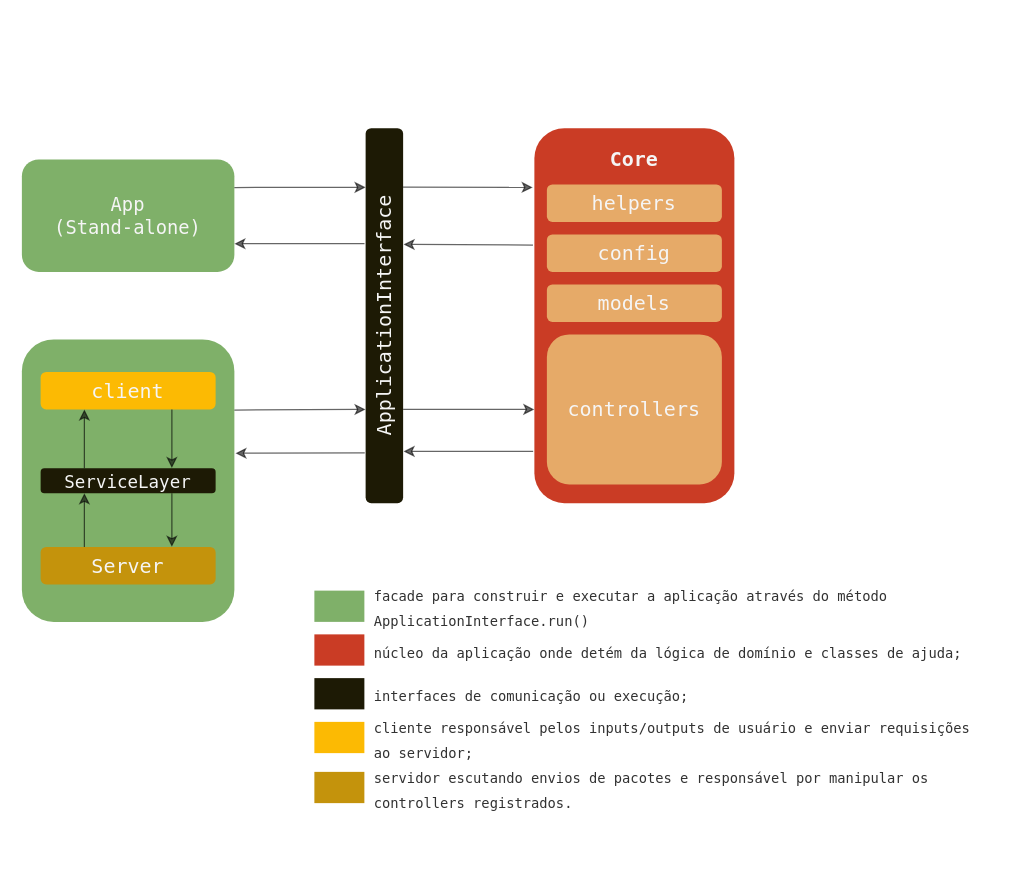
thalysonalexr/POO keeps this draw.io diagram as projeto2/docs/architecture.drawio. Above is the earlier version. Source tidied: cells renumbered, new cells numbered last; positions are measured from the earlier drawing's top-left corner, leaving out a move shared by most shapes. Both pictures are drawn from the tidied source at 125%, with x=0, y=0 at pixel (21, 128).
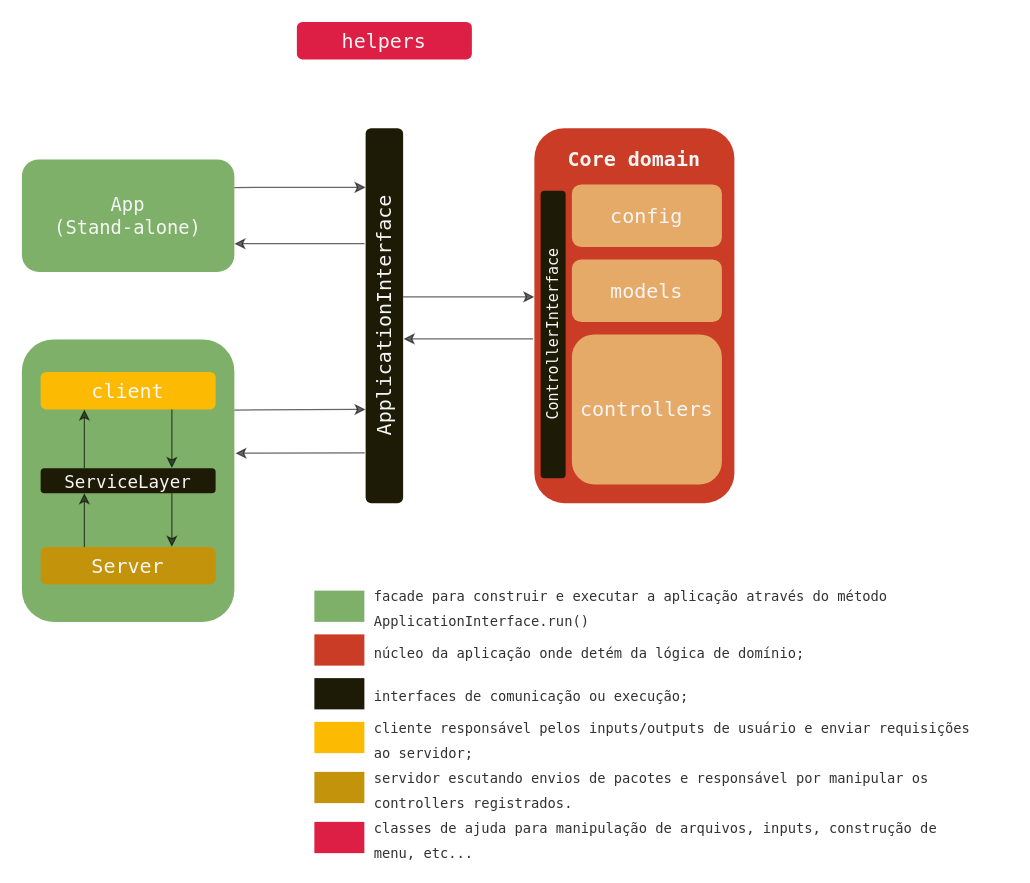
Above is the later version.

The change refers to these unchanged cells:
```xml
<mxCell id="2" style="rounded=1;whiteSpace=wrap;html=1;strokeColor=none;fillColor=#CA3C25;labelBackgroundColor=#ffffff;fontColor=#CA3C25;" parent="1" vertex="1">
  <mxGeometry x="410" width="160" height="300" as="geometry" />
</mxCell>
<mxCell id="7" value="&lt;font face=&quot;monaco&quot; style=&quot;font-size: 16px;&quot;&gt;ApplicationInterface&lt;/font&gt;" style="rounded=1;whiteSpace=wrap;html=1;direction=west;gradientColor=none;verticalAlign=middle;fontSize=16;rotation=-90;fillColor=#1D1A05;fontColor=#f5f5f5;strokeColor=none;" parent="1" vertex="1">
  <mxGeometry x="140" y="135" width="300" height="30" as="geometry" />
</mxCell>
```

Diff of the diagram source:
```diff
@@
-    <mxCell id="8" style="endArrow=classic;html=1;entryX=-0.008;entryY=0.158;entryDx=0;entryDy=0;exitX=0.157;exitY=0.001;exitDx=0;exitDy=0;exitPerimeter=0;entryPerimeter=0;opacity=60;" parent="1" edge="1" source="7" target="2">
-      <mxGeometry relative="1" as="geometry" />
-    </mxCell>
-    <mxCell id="9" style="endArrow=classic;html=1;exitX=0.75;exitY=0;exitDx=0;exitDy=0;entryX=0;entryY=0.75;entryDx=0;entryDy=0;opacity=60;" parent="1" edge="1" source="7" target="2">
-      <mxGeometry relative="1" as="geometry" />
-    </mxCell>
-    <mxCell id="10" value="Core" style="text;html=1;strokeColor=none;fillColor=none;align=center;verticalAlign=middle;whiteSpace=wrap;rounded=0;fontSize=16;fontFamily=monaco;fontStyle=1;fontColor=#f5f5f5;" parent="1" vertex="1">
-      <mxGeometry x="470" y="15" width="40" height="20" as="geometry" />
+    <mxCell id="10" value="Core domain" style="text;html=1;strokeColor=none;fillColor=none;align=center;verticalAlign=middle;whiteSpace=wrap;rounded=0;fontSize=16;fontFamily=monaco;fontStyle=1;fontColor=#f5f5f5;" parent="1" vertex="1">
+      <mxGeometry x="420" y="15" width="140" height="20" as="geometry" />
     </mxCell>
-    <mxCell id="11" value="helpers" style="rounded=1;whiteSpace=wrap;html=1;gradientColor=none;fontFamily=monaco;fontSize=16;strokeColor=none;fillColor=#E6AA68;fontColor=#f5f5f5;" parent="1" vertex="1">
-      <mxGeometry x="420" y="45" width="140" height="30" as="geometry" />
-    </mxCell>
     <mxCell id="12" value="controllers" style="rounded=1;whiteSpace=wrap;html=1;gradientColor=none;fontFamily=monaco;fontSize=16;strokeColor=none;fillColor=#E6AA68;fontColor=#f5f5f5;" parent="1" vertex="1">
-      <mxGeometry x="420" y="165" width="140" height="120" as="geometry" />
+      <mxGeometry x="440" y="165" width="120" height="120" as="geometry" />
     </mxCell>
     <mxCell id="13" value="models" style="rounded=1;whiteSpace=wrap;html=1;gradientColor=none;fontFamily=monaco;fontSize=16;strokeColor=none;fillColor=#E6AA68;fontColor=#f5f5f5;" parent="1" vertex="1">
-      <mxGeometry x="420" y="125" width="140" height="30" as="geometry" />
+      <mxGeometry x="440" y="105" width="120" height="50" as="geometry" />
     </mxCell>
     <mxCell id="14" value="config" style="rounded=1;whiteSpace=wrap;html=1;gradientColor=none;fontFamily=monaco;fontSize=16;strokeColor=none;fillColor=#E6AA68;fontColor=#f5f5f5;" parent="1" vertex="1">
-      <mxGeometry x="420" y="85" width="140" height="30" as="geometry" />
+      <mxGeometry x="440" y="45" width="120" height="50" as="geometry" />
     </mxCell>
@@
-    <mxCell id="22" style="endArrow=classic;html=1;entryX=0.862;entryY=-0.012;entryDx=0;entryDy=0;exitX=-0.006;exitY=0.862;exitDx=0;exitDy=0;exitPerimeter=0;entryPerimeter=0;opacity=60;" parent="1" edge="1" source="2" target="7">
-      <mxGeometry relative="1" as="geometry" />
-    </mxCell>
@@
-    <mxCell id="25" style="endArrow=classic;html=1;entryX=0.31;entryY=-0.012;entryDx=0;entryDy=0;exitX=-0.007;exitY=0.312;exitDx=0;exitDy=0;exitPerimeter=0;entryPerimeter=0;targetPerimeterSpacing=0;opacity=60;" parent="1" edge="1" source="2" target="7">
-      <mxGeometry relative="1" as="geometry" />
-    </mxCell>
@@
-    <mxCell id="29" value="&lt;font style=&quot;font-size: 11px&quot;&gt;núcleo da aplicação onde detém da lógica de domínio e classes de ajuda;&lt;/font&gt;" style="text;html=1;strokeColor=none;fillColor=none;align=left;verticalAlign=middle;whiteSpace=wrap;rounded=0;labelBackgroundColor=#ffffff;fontFamily=monaco;fontSize=16;fontColor=#323232;" parent="1" vertex="1">
+    <mxCell id="29" value="&lt;font style=&quot;font-size: 11px&quot;&gt;núcleo da aplicação onde detém da lógica de domínio;&lt;/font&gt;" style="text;html=1;strokeColor=none;fillColor=none;align=left;verticalAlign=middle;whiteSpace=wrap;rounded=0;labelBackgroundColor=#ffffff;fontFamily=monaco;fontSize=16;fontColor=#323232;" parent="1" vertex="1">
       <mxGeometry x="280" y="407.5" width="490" height="20" as="geometry" />
     </mxCell>
@@
+    <mxCell id="11" value="helpers" style="rounded=1;whiteSpace=wrap;html=1;gradientColor=none;fontFamily=monaco;fontSize=16;strokeColor=none;fillColor=#de1f45;fontColor=#f5f5f5;" parent="1" vertex="1">
+      <mxGeometry x="220" y="-85" width="140" height="30" as="geometry" />
+    </mxCell>
+    <mxCell id="36" style="endArrow=classic;html=1;exitX=0.75;exitY=0;exitDx=0;exitDy=0;entryX=0;entryY=0.75;entryDx=0;entryDy=0;opacity=60;" parent="1" edge="1">
+      <mxGeometry relative="1" as="geometry">
+        <mxPoint x="305" y="135" as="sourcePoint" />
+        <mxPoint x="410" y="135" as="targetPoint" />
+      </mxGeometry>
+    </mxCell>
+    <mxCell id="37" style="endArrow=classic;html=1;entryX=0.862;entryY=-0.012;entryDx=0;entryDy=0;exitX=-0.006;exitY=0.862;exitDx=0;exitDy=0;exitPerimeter=0;entryPerimeter=0;opacity=60;" parent="1" edge="1">
+      <mxGeometry relative="1" as="geometry">
+        <mxPoint x="409" y="168.6" as="sourcePoint" />
+        <mxPoint x="305.4" y="168.6" as="targetPoint" />
+      </mxGeometry>
+    </mxCell>
+    <mxCell id="38" value="&lt;font face=&quot;monaco&quot; style=&quot;font-size: 12px&quot;&gt;ControllerInterface&lt;/font&gt;" style="rounded=1;whiteSpace=wrap;html=1;direction=west;gradientColor=none;verticalAlign=bottom;fontSize=16;rotation=-90;fillColor=#1D1A05;fontColor=#f5f5f5;strokeColor=none;" parent="1" vertex="1">
+      <mxGeometry x="310" y="155" width="230" height="20" as="geometry" />
+    </mxCell>
+    <mxCell id="39" style="rounded=0;whiteSpace=wrap;html=1;labelBackgroundColor=#ffffff;fillColor=#de1f45;gradientColor=none;fontFamily=monaco;fontSize=16;fontColor=#f5f5f5;strokeColor=none;" parent="1" vertex="1">
+      <mxGeometry x="234" y="555" width="40" height="25" as="geometry" />
+    </mxCell>
+    <mxCell id="40" value="&lt;span style=&quot;font-size: 11px&quot;&gt;classes de ajuda para manipulação de arquivos, inputs, construção de menu, etc...&lt;/span&gt;" style="text;html=1;strokeColor=none;fillColor=none;align=left;verticalAlign=middle;whiteSpace=wrap;rounded=0;labelBackgroundColor=#ffffff;fontFamily=monaco;fontSize=16;fontColor=#323232;" parent="1" vertex="1">
+      <mxGeometry x="280" y="557.5" width="480" height="20" as="geometry" />
+    </mxCell>
```
